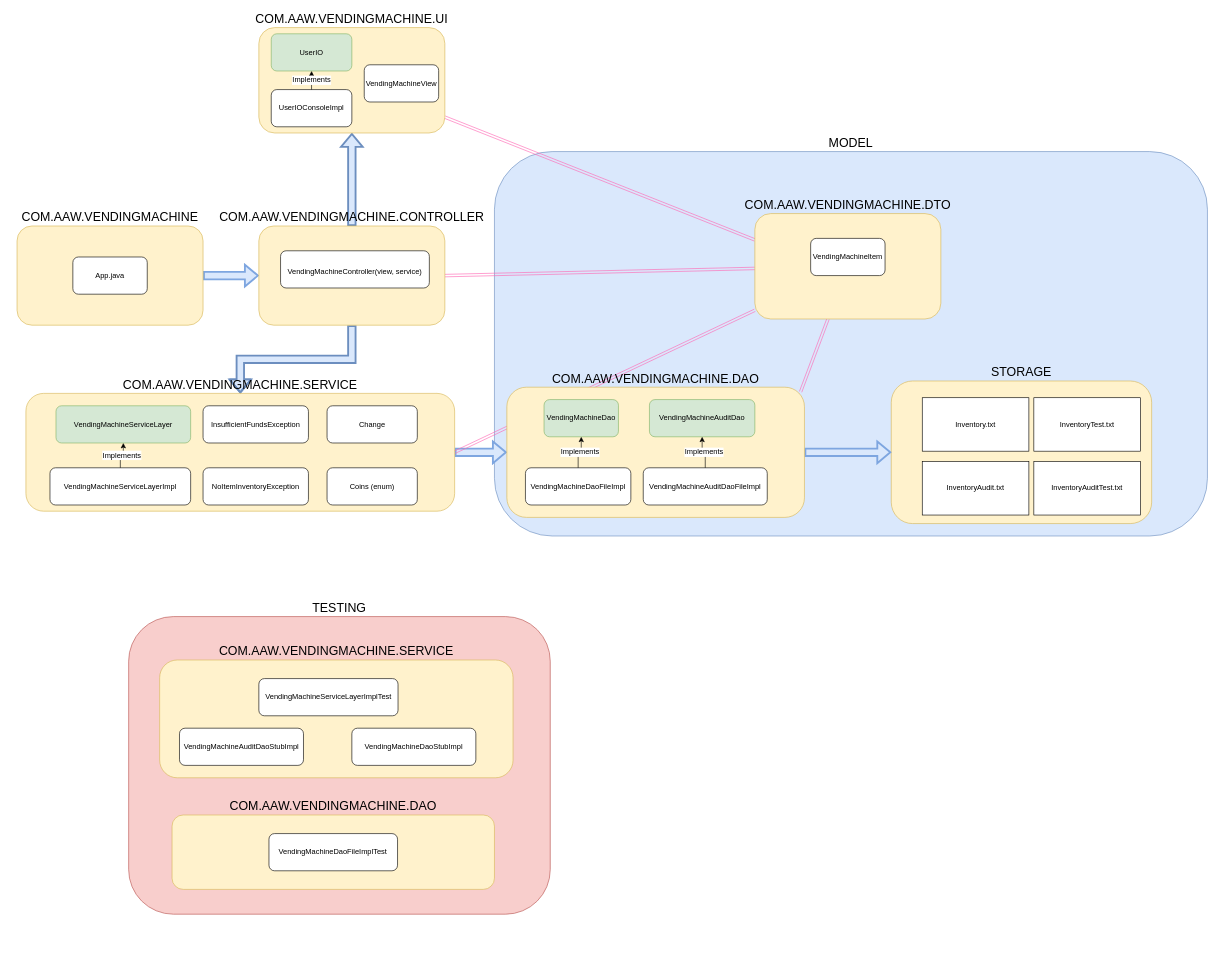
Earlier version of the draw.io diagram page "Design" (1 of 4) of VendingMachineDesign.drawio (The-Software-Guild/vending-machine-assessment-austinwongdev). Source tidied: cells renumbered, new cells numbered last; positions are measured from the earlier drawing's top-left corner, leaving out a move shared by most shapes. Both pictures are drawn from the tidied source at 62%, with x=0, y=0 at pixel (11, 27).
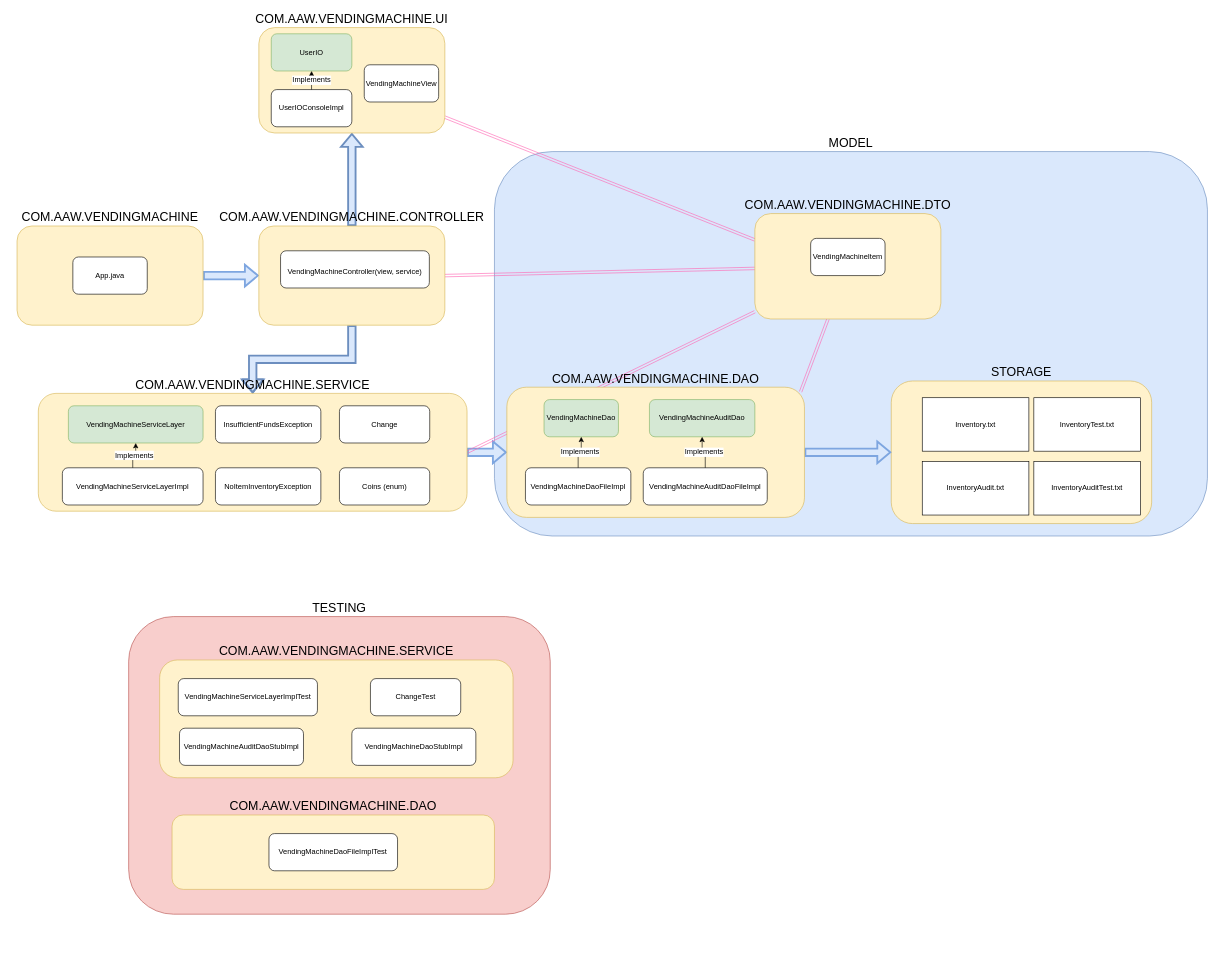
The same page after the edit.

Unchanged cells that the change refers to:
```xml
<mxCell id="53" style="group;" parent="18" vertex="1">
  <mxGeometry x="220" y="1000" width="650" height="430" as="geometry" />
</mxCell>
```

Change to the diagram source:
```diff
@@
     <mxCell id="38" style="group;" parent="18" vertex="1">
-      <mxGeometry y="570" width="740" height="230" as="geometry" />
+      <mxGeometry x="20" y="570" width="740" height="230" as="geometry" />
     </mxCell>
@@
     <mxCell id="55" value="VendingMachineServiceLayerImplTest" style="rounded=1;whiteSpace=wrap;html=1;fontSize=12;" parent="53" vertex="1">
-      <mxGeometry x="180" y="50" width="224.5" height="60" as="geometry" />
+      <mxGeometry x="50" y="50" width="224.5" height="60" as="geometry" />
     </mxCell>
@@
+    <mxCell id="63" value="ChangeTest" style="rounded=1;whiteSpace=wrap;html=1;fontFamily=Helvetica;fontSize=12;fontColor=#000000;align=center;strokeColor=#000000;fillColor=#ffffff;" parent="53" vertex="1">
+      <mxGeometry x="360" y="50" width="145.6" height="60" as="geometry" />
+    </mxCell>
```
